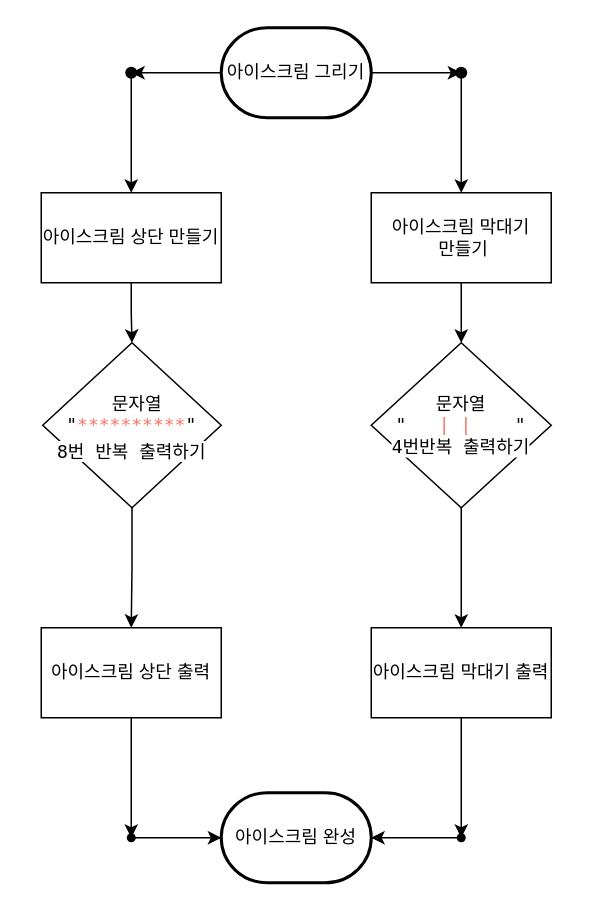
This is CodeStarterCamp_Week1.xcodeproj/Untitled Diagram.drawio from yagom-academy/swift-starter-Round1, a draw.io file, before an edit. Source tidied: cells renumbered, new cells numbered last; positions are measured from the earlier drawing's top-left corner, leaving out a move shared by most shapes. Both pictures are drawn from the tidied source at 150%, with x=0, y=0 at pixel (40, 27).
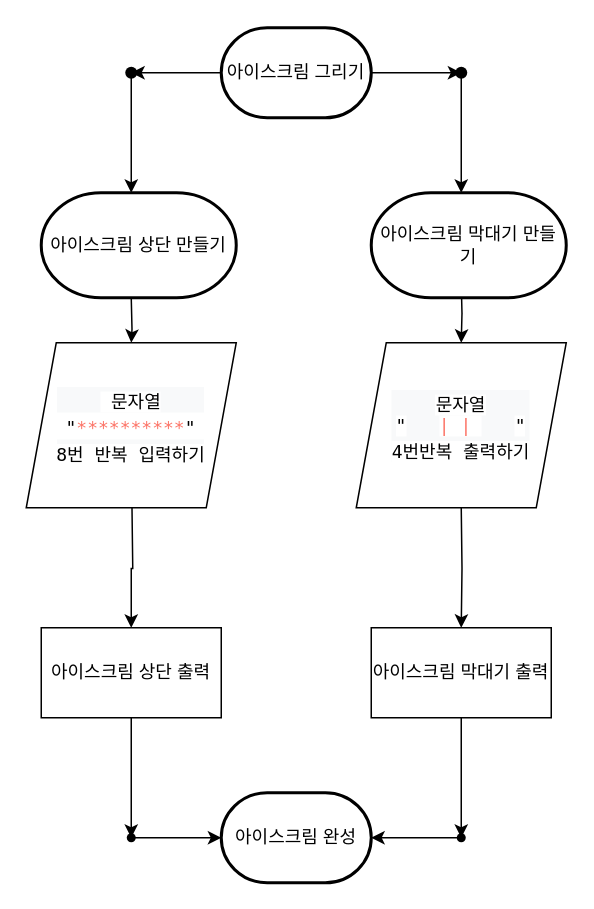
After the change.

Commit message:
Step2_flowchart(수정본)

Unchanged cells that the change refers to:
```xml
<mxCell id="7" value="아이스크림 상단 출력" style="rounded=0;whiteSpace=wrap;html=1;" parent="1" vertex="1">
  <mxGeometry y="400" width="120" height="60" as="geometry" />
</mxCell>
<mxCell id="9" value="아이스크림 막대기 출력" style="rounded=0;whiteSpace=wrap;html=1;" parent="1" vertex="1">
  <mxGeometry x="220" y="400" width="120" height="60" as="geometry" />
</mxCell>
<mxCell id="17" style="shape=waypoint;size=6;points=[];fillColor=rgb(255, 255, 255);perimeter=centerPerimeter;snapToPoint=1;strokeWidth=2;" parent="1" vertex="1">
  <mxGeometry x="40" y="10" width="40" height="40" as="geometry" />
</mxCell>
<mxCell id="19" style="shape=waypoint;size=6;points=[];fillColor=rgb(255, 255, 255);perimeter=centerPerimeter;snapToPoint=1;strokeWidth=2;" parent="1" vertex="1">
  <mxGeometry x="260" y="10" width="40" height="40" as="geometry" />
</mxCell>
```

What changed in the source:
```diff
@@
-    <mxCell id="10" style="edgeStyle=orthogonalEdgeStyle;rounded=0;jettySize=auto;html=1;" parent="1" edge="1" source="11" target="15">
-      <mxGeometry relative="1" as="geometry" />
-    </mxCell>
-    <mxCell id="11" value="아이스크림 상단 만들기" style="rounded=0;whiteSpace=wrap;html=1;" parent="1" vertex="1">
-      <mxGeometry y="110" width="120" height="60" as="geometry" />
-    </mxCell>
-    <mxCell id="12" style="edgeStyle=orthogonalEdgeStyle;rounded=0;jettySize=auto;html=1;fontColor=#FFFFFF;" parent="1" edge="1" source="13" target="21">
-      <mxGeometry relative="1" as="geometry" />
+    <mxCell id="12" style="edgeStyle=orthogonalEdgeStyle;rounded=0;orthogonalLoop=1;jettySize=auto;html=1;fontColor=#FFFFFF;" parent="1" edge="1">
+      <mxGeometry relative="1" as="geometry">
+        <mxPoint x="280" y="170" as="sourcePoint" />
+        <mxPoint x="280" y="210" as="targetPoint" />
+      </mxGeometry>
     </mxCell>
-    <mxCell id="13" value="아이스크림 막대기&lt;br&gt;&amp;nbsp;만들기" style="rounded=0;whiteSpace=wrap;html=1;" parent="1" vertex="1">
-      <mxGeometry x="220" y="110" width="120" height="60" as="geometry" />
-    </mxCell>
-    <mxCell id="14" style="edgeStyle=orthogonalEdgeStyle;rounded=0;jettySize=auto;html=1;fontColor=#FFFFFF;" parent="1" edge="1" source="15" target="7">
-      <mxGeometry relative="1" as="geometry" />
+    <mxCell id="14" style="edgeStyle=orthogonalEdgeStyle;rounded=0;jettySize=auto;html=1;fontColor=#FFFFFF;" parent="1" edge="1" target="7">
+      <mxGeometry relative="1" as="geometry">
+        <mxPoint x="60.5" y="320" as="sourcePoint" />
+      </mxGeometry>
     </mxCell>
-    <mxCell id="15" value="&lt;p class=&quot;p1&quot; style=&quot;margin: 0px ; font-stretch: normal ; line-height: normal ; font-family: &amp;#34;menlo&amp;#34; ; color: rgb(252 , 116 , 103)&quot;&gt;&lt;span style=&quot;color: rgb(0 , 0 , 0) ; background-color: rgb(255 , 255 , 255)&quot;&gt;&amp;nbsp;문자열&lt;/span&gt;&lt;/p&gt;&lt;span style=&quot;font-family: &amp;#34;menlo&amp;#34; ; background-color: rgb(255 , 255 , 255)&quot;&gt;&quot;&lt;/span&gt;&lt;span style=&quot;background-color: rgb(255 , 255 , 255) ; color: rgb(252 , 116 , 103) ; font-family: &amp;#34;menlo&amp;#34;&quot;&gt;**********&lt;/span&gt;&lt;span style=&quot;font-family: &amp;#34;menlo&amp;#34; ; background-color: rgb(255 , 255 , 255)&quot;&gt;&quot;&lt;/span&gt;&lt;p class=&quot;p1&quot; style=&quot;margin: 0px ; font-stretch: normal ; line-height: normal ; font-family: &amp;#34;menlo&amp;#34;&quot;&gt;&lt;span style=&quot;background-color: rgb(255 , 255 , 255)&quot;&gt;8번 반복 출력하기&lt;/span&gt;&lt;/p&gt;" style="rhombus;whiteSpace=wrap;html=1;" parent="1" vertex="1">
-      <mxGeometry x="1" y="210" width="119" height="110" as="geometry" />
-    </mxCell>
-    <mxCell id="16" style="edgeStyle=orthogonalEdgeStyle;rounded=0;jettySize=auto;html=1;" parent="1" edge="1" source="17" target="11">
-      <mxGeometry relative="1" as="geometry" />
+    <mxCell id="16" style="edgeStyle=orthogonalEdgeStyle;rounded=0;jettySize=auto;html=1;" parent="1" edge="1" source="17">
+      <mxGeometry relative="1" as="geometry">
+        <mxPoint x="60" y="110" as="targetPoint" />
+      </mxGeometry>
     </mxCell>
@@
-    <mxCell id="18" style="edgeStyle=orthogonalEdgeStyle;rounded=0;jettySize=auto;html=1;" parent="1" edge="1" source="19" target="13">
-      <mxGeometry relative="1" as="geometry" />
+    <mxCell id="18" style="edgeStyle=orthogonalEdgeStyle;rounded=0;jettySize=auto;html=1;" parent="1" edge="1" source="19">
+      <mxGeometry relative="1" as="geometry">
+        <mxPoint x="280" y="110" as="targetPoint" />
+      </mxGeometry>
     </mxCell>
@@
-    <mxCell id="20" style="edgeStyle=orthogonalEdgeStyle;rounded=0;jettySize=auto;html=1;fontColor=#FFFFFF;" parent="1" edge="1" source="21" target="9">
-      <mxGeometry relative="1" as="geometry" />
+    <mxCell id="20" style="edgeStyle=orthogonalEdgeStyle;rounded=0;jettySize=auto;html=1;fontColor=#FFFFFF;" parent="1" edge="1" target="9">
+      <mxGeometry relative="1" as="geometry">
+        <mxPoint x="280" y="320" as="sourcePoint" />
+      </mxGeometry>
     </mxCell>
-    <mxCell id="21" value="&lt;span style=&quot;font-family: &amp;#34;menlo&amp;#34; ; background-color: rgb(255 , 255 , 255)&quot;&gt;문자열&lt;/span&gt;&lt;span style=&quot;font-family: &amp;#34;menlo&amp;#34; ; background-color: rgb(255 , 255 , 255)&quot;&gt;&lt;br&gt;&quot;&lt;/span&gt;&lt;span class=&quot;Apple-converted-space&quot; style=&quot;color: rgb(252 , 116 , 103) ; font-family: &amp;#34;menlo&amp;#34;&quot;&gt;&amp;nbsp; &amp;nbsp;&lt;/span&gt;&lt;span style=&quot;background-color: rgb(255 , 255 , 255) ; color: rgb(252 , 116 , 103) ; font-family: &amp;#34;menlo&amp;#34;&quot;&gt;| | &lt;/span&gt;&lt;span class=&quot;Apple-converted-space&quot; style=&quot;color: rgb(252 , 116 , 103) ; font-family: &amp;#34;menlo&amp;#34;&quot;&gt;&amp;nbsp; &amp;nbsp;&lt;/span&gt;&lt;span style=&quot;font-family: &amp;#34;menlo&amp;#34; ; background-color: rgb(255 , 255 , 255)&quot;&gt;&quot;&lt;br&gt;4번반복 출력하기&lt;br&gt;&lt;/span&gt;" style="rhombus;whiteSpace=wrap;html=1;" parent="1" vertex="1">
-      <mxGeometry x="220" y="210" width="120" height="110" as="geometry" />
-    </mxCell>
@@
+    <mxCell id="26" value="&lt;p class=&quot;p1&quot; style=&quot;font-size: 12px ; background-color: rgb(248 , 249 , 250) ; margin: 0px ; font-stretch: normal ; line-height: normal ; font-family: &amp;#34;menlo&amp;#34; ; color: rgb(252 , 116 , 103)&quot;&gt;&lt;span style=&quot;color: rgb(0 , 0 , 0) ; background-color: rgb(255 , 255 , 255)&quot;&gt;&amp;nbsp;문자열&lt;/span&gt;&lt;/p&gt;&lt;span style=&quot;font-size: 12px ; font-family: &amp;#34;menlo&amp;#34;&quot;&gt;&quot;&lt;/span&gt;&lt;span style=&quot;font-size: 12px ; color: rgb(252 , 116 , 103) ; font-family: &amp;#34;menlo&amp;#34;&quot;&gt;**********&lt;/span&gt;&lt;span style=&quot;font-size: 12px ; font-family: &amp;#34;menlo&amp;#34;&quot;&gt;&quot;&lt;/span&gt;&lt;p class=&quot;p1&quot; style=&quot;font-size: 12px ; background-color: rgb(248 , 249 , 250) ; margin: 0px ; font-stretch: normal ; line-height: normal ; font-family: &amp;#34;menlo&amp;#34;&quot;&gt;&lt;span style=&quot;background-color: rgb(255 , 255 , 255)&quot;&gt;8번 반복 입력하기&lt;/span&gt;&lt;/p&gt;" style="shape=parallelogram;perimeter=parallelogramPerimeter;whiteSpace=wrap;html=1;fixedSize=1;labelBackgroundColor=#FFFFFF;fontSize=15;fontColor=#000000;" parent="1" vertex="1">
+      <mxGeometry x="-10" y="210" width="140" height="110" as="geometry" />
+    </mxCell>
+    <mxCell id="21" value="&lt;p class=&quot;p1&quot; style=&quot;font-size: 12px ; background-color: rgb(248 , 249 , 250) ; margin: 0px ; font-stretch: normal ; line-height: normal ; font-family: &amp;#34;menlo&amp;#34; ; color: rgb(252 , 116 , 103)&quot;&gt;&lt;span style=&quot;color: rgb(0 , 0 , 0) ; background-color: rgb(255 , 255 , 255)&quot;&gt;문자열&lt;/span&gt;&lt;span style=&quot;color: rgb(0 , 0 , 0) ; background-color: rgb(255 , 255 , 255)&quot;&gt;&lt;br&gt;&quot;&lt;/span&gt;&lt;span class=&quot;Apple-converted-space&quot;&gt;&amp;nbsp; &amp;nbsp;&lt;/span&gt;&lt;span style=&quot;background-color: rgb(255 , 255 , 255)&quot;&gt;| |&amp;nbsp;&lt;/span&gt;&lt;span class=&quot;Apple-converted-space&quot;&gt;&amp;nbsp; &amp;nbsp;&lt;/span&gt;&lt;span style=&quot;color: rgb(0 , 0 , 0) ; background-color: rgb(255 , 255 , 255)&quot;&gt;&quot;&lt;br&gt;4번반복 출력하기&lt;/span&gt;&lt;br&gt;&lt;/p&gt;" style="shape=parallelogram;perimeter=parallelogramPerimeter;whiteSpace=wrap;html=1;fixedSize=1;labelBackgroundColor=#FFFFFF;fontSize=15;fontColor=#000000;" parent="1" vertex="1">
+      <mxGeometry x="210" y="210" width="140" height="110" as="geometry" />
+    </mxCell>
+    <mxCell id="27" style="edgeStyle=orthogonalEdgeStyle;rounded=0;jettySize=auto;html=1;fontSize=15;fontColor=#000000;" parent="1" edge="1" target="26">
+      <mxGeometry relative="1" as="geometry">
+        <mxPoint x="60" y="180" as="sourcePoint" />
+      </mxGeometry>
+    </mxCell>
+    <mxCell id="13" value="아이스크림 막대기 만들기" style="strokeWidth=2;html=1;shape=mxgraph.flowchart.terminator;whiteSpace=wrap;" parent="1" vertex="1">
+      <mxGeometry x="220" y="110" width="130" height="70" as="geometry" />
+    </mxCell>
+    <mxCell id="11" value="아이스크림 상단 만들기" style="strokeWidth=2;html=1;shape=mxgraph.flowchart.terminator;whiteSpace=wrap;" parent="1" vertex="1">
+      <mxGeometry y="110" width="130" height="70" as="geometry" />
+    </mxCell>
```
